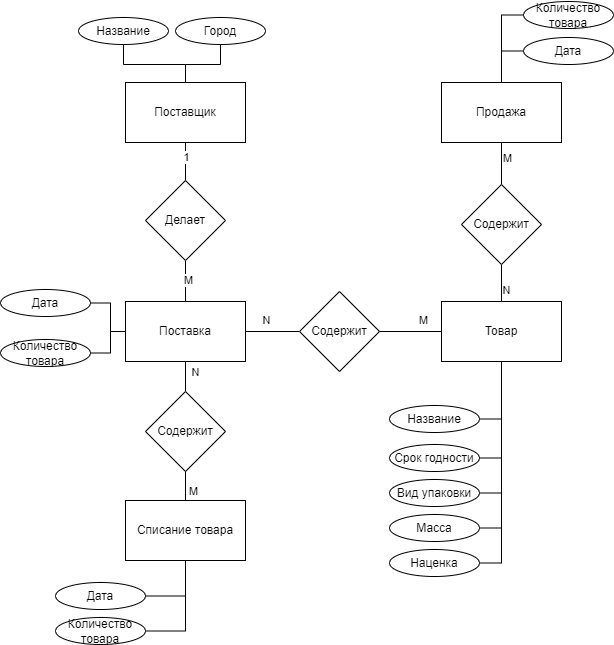
Above: КР_БД/erCHEN.drawio.png in kuskas112/Labs (draw.io), before the change. Source tidied: cells renumbered, new cells last; positions are measured from the earlier drawing's top-left corner, leaving out a move shared by most shapes.
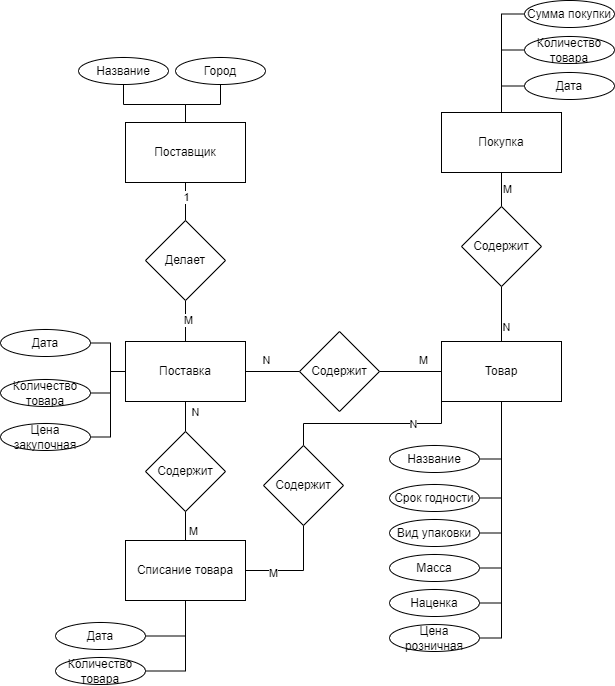
The same diagram one commit later.

Diff of the diagram source:
```diff
@@ -74,7 +74,7 @@
     <mxCell id="23" value="Содержит" style="rhombus;whiteSpace=wrap;html=1;rounded=0;" parent="1" vertex="1">
       <mxGeometry x="299" y="290" width="80" height="80" as="geometry" />
     </mxCell>
-    <mxCell id="24" style="edgeStyle=orthogonalEdgeStyle;curved=1;rounded=0;jettySize=auto;html=1;strokeColor=default;align=center;verticalAlign=middle;fontFamily=Helvetica;fontSize=11;fontColor=default;labelBackgroundColor=default;endArrow=none;endFill=0;" parent="1" edge="1" source="26" target="39">
+    <mxCell id="24" style="edgeStyle=orthogonalEdgeStyle;rounded=0;jettySize=auto;html=1;strokeColor=default;align=center;verticalAlign=middle;fontFamily=Helvetica;fontSize=11;fontColor=default;labelBackgroundColor=default;endArrow=none;endFill=0;exitX=0.5;exitY=0;exitDx=0;exitDy=0;" parent="1" edge="1" source="26" target="39">
       <mxGeometry relative="1" as="geometry" />
     </mxCell>
     <mxCell id="25" value="N" style="edgeLabel;html=1;align=center;verticalAlign=middle;fontFamily=Helvetica;fontSize=11;fontColor=default;labelBackgroundColor=default;" parent="24" vertex="1">
@@ -113,29 +113,32 @@
     <mxCell id="36" value="Наценка" style="ellipse;whiteSpace=wrap;html=1;" parent="1" vertex="1">
       <mxGeometry x="389" y="548" width="90" height="27" as="geometry" />
     </mxCell>
-    <mxCell id="37" style="edgeStyle=orthogonalEdgeStyle;curved=1;rounded=0;jettySize=auto;html=1;strokeColor=default;align=center;verticalAlign=middle;fontFamily=Helvetica;fontSize=11;fontColor=default;labelBackgroundColor=default;endArrow=none;endFill=0;" parent="1" edge="1" source="39" target="40">
+    <mxCell id="37" style="edgeStyle=orthogonalEdgeStyle;rounded=0;jettySize=auto;html=1;strokeColor=default;align=center;verticalAlign=middle;fontFamily=Helvetica;fontSize=11;fontColor=default;labelBackgroundColor=default;endArrow=none;endFill=0;" parent="1" edge="1" source="39" target="40">
       <mxGeometry relative="1" as="geometry" />
     </mxCell>
     <mxCell id="38" value="M" style="edgeLabel;html=1;align=center;verticalAlign=middle;fontFamily=Helvetica;fontSize=11;fontColor=default;labelBackgroundColor=default;" parent="37" vertex="1">
       <mxGeometry x="0.29" y="-5" relative="1" as="geometry" />
     </mxCell>
     <mxCell id="39" value="Cодержит" style="rhombus;whiteSpace=wrap;html=1;rounded=0;" parent="1" vertex="1">
-      <mxGeometry x="461" y="183" width="80" height="80" as="geometry" />
+      <mxGeometry x="461" y="165" width="80" height="80" as="geometry" />
     </mxCell>
+    <mxCell id="53" style="edgeStyle=orthogonalEdgeStyle;rounded=0;jettySize=auto;html=1;exitX=0.5;exitY=0;exitDx=0;exitDy=0;entryX=0;entryY=0.5;entryDx=0;entryDy=0;endArrow=none;endFill=0;" parent="1" edge="1" source="40" target="60">
+      <mxGeometry relative="1" as="geometry" />
+    </mxCell>
-    <mxCell id="40" value="Продажа" style="whiteSpace=wrap;html=1;rounded=0;" parent="1" vertex="1">
-      <mxGeometry x="441" y="81" width="120" height="60" as="geometry" />
+    <mxCell id="40" value="Покупка" style="whiteSpace=wrap;html=1;rounded=0;" parent="1" vertex="1">
+      <mxGeometry x="441" y="71" width="120" height="60" as="geometry" />
     </mxCell>
     <mxCell id="41" style="edgeStyle=orthogonalEdgeStyle;rounded=0;jettySize=auto;html=1;exitX=0;exitY=0.5;exitDx=0;exitDy=0;entryX=0.5;entryY=0;entryDx=0;entryDy=0;strokeColor=default;align=center;verticalAlign=middle;fontFamily=Helvetica;fontSize=11;fontColor=default;labelBackgroundColor=default;endArrow=none;endFill=0;" parent="1" edge="1" source="42" target="40">
       <mxGeometry relative="1" as="geometry" />
     </mxCell>
     <mxCell id="42" value="Дата" style="ellipse;whiteSpace=wrap;html=1;" parent="1" vertex="1">
-      <mxGeometry x="523" y="36" width="90" height="27" as="geometry" />
+      <mxGeometry x="524" y="31" width="90" height="27" as="geometry" />
     </mxCell>
     <mxCell id="43" style="edgeStyle=orthogonalEdgeStyle;rounded=0;jettySize=auto;html=1;exitX=0;exitY=0.5;exitDx=0;exitDy=0;strokeColor=default;align=center;verticalAlign=middle;fontFamily=Helvetica;fontSize=11;fontColor=default;labelBackgroundColor=default;endArrow=none;endFill=0;" parent="1" edge="1" source="44" target="40">
       <mxGeometry relative="1" as="geometry" />
     </mxCell>
     <mxCell id="44" value="Количество товара" style="ellipse;whiteSpace=wrap;html=1;" parent="1" vertex="1">
-      <mxGeometry x="523" width="90" height="27" as="geometry" />
+      <mxGeometry x="524" y="-5" width="90" height="27" as="geometry" />
     </mxCell>
     <mxCell id="45" style="edgeStyle=orthogonalEdgeStyle;rounded=0;jettySize=auto;html=1;strokeColor=default;align=center;verticalAlign=middle;fontFamily=Helvetica;fontSize=11;fontColor=default;labelBackgroundColor=default;endArrow=none;endFill=0;" parent="1" edge="1" source="47" target="48">
       <mxGeometry relative="1" as="geometry" />
@@ -148,6 +151,12 @@
     <mxCell id="47" value="Содержит" style="rhombus;whiteSpace=wrap;html=1;rounded=0;" parent="1" vertex="1">
       <mxGeometry x="145" y="390" width="80" height="80" as="geometry" />
     </mxCell>
+    <mxCell id="54" style="edgeStyle=orthogonalEdgeStyle;rounded=0;jettySize=auto;html=1;exitX=1;exitY=0.5;exitDx=0;exitDy=0;entryX=0.5;entryY=1;entryDx=0;entryDy=0;strokeColor=default;align=center;verticalAlign=middle;fontFamily=Helvetica;fontSize=11;fontColor=default;labelBackgroundColor=default;endArrow=none;endFill=0;" parent="1" edge="1" source="48" target="63">
+      <mxGeometry relative="1" as="geometry" />
+    </mxCell>
+    <mxCell id="55" value="M" style="edgeLabel;html=1;align=center;verticalAlign=middle;fontFamily=Helvetica;fontSize=11;fontColor=default;labelBackgroundColor=default;" parent="54" vertex="1">
+      <mxGeometry x="-0.48" y="-2" relative="1" as="geometry" />
+    </mxCell>
     <mxCell id="48" value="Списание товара" style="whiteSpace=wrap;html=1;rounded=0;" parent="1" vertex="1">
       <mxGeometry x="125" y="499" width="120" height="60" as="geometry" />
     </mxCell>
@@ -163,5 +172,34 @@
     <mxCell id="52" value="Количество товара" style="ellipse;whiteSpace=wrap;html=1;" parent="1" vertex="1">
       <mxGeometry x="55" y="616" width="90" height="27" as="geometry" />
     </mxCell>
+    <mxCell id="56" style="edgeStyle=orthogonalEdgeStyle;rounded=0;jettySize=auto;html=1;exitX=1;exitY=0.5;exitDx=0;exitDy=0;entryX=0;entryY=0.5;entryDx=0;entryDy=0;endArrow=none;endFill=0;" parent="1" edge="1" source="57" target="12">
+      <mxGeometry relative="1" as="geometry">
+        <Array as="points">
+          <mxPoint x="110" y="396" />
+          <mxPoint x="110" y="330" />
+        </Array>
+      </mxGeometry>
+    </mxCell>
+    <mxCell id="57" value="Цена закупочная" style="ellipse;whiteSpace=wrap;html=1;" parent="1" vertex="1">
+      <mxGeometry y="382" width="90" height="27" as="geometry" />
+    </mxCell>
+    <mxCell id="58" style="edgeStyle=orthogonalEdgeStyle;rounded=0;jettySize=auto;html=1;exitX=1;exitY=0.5;exitDx=0;exitDy=0;entryX=0.5;entryY=1;entryDx=0;entryDy=0;endArrow=none;endFill=0;" parent="1" edge="1" source="59" target="26">
+      <mxGeometry relative="1" as="geometry" />
+    </mxCell>
+    <mxCell id="59" value="Цена розничная" style="ellipse;whiteSpace=wrap;html=1;" parent="1" vertex="1">
+      <mxGeometry x="389" y="583" width="90" height="27" as="geometry" />
+    </mxCell>
+    <mxCell id="60" value="Сумма покупки" style="ellipse;whiteSpace=wrap;html=1;" parent="1" vertex="1">
+      <mxGeometry x="524" y="-41" width="90" height="27" as="geometry" />
+    </mxCell>
+    <mxCell id="61" style="edgeStyle=orthogonalEdgeStyle;rounded=0;jettySize=auto;html=1;exitX=0.5;exitY=0;exitDx=0;exitDy=0;entryX=0;entryY=1;entryDx=0;entryDy=0;strokeColor=default;align=center;verticalAlign=middle;fontFamily=Helvetica;fontSize=11;fontColor=default;labelBackgroundColor=default;endArrow=none;endFill=0;" parent="1" edge="1" source="63" target="26">
+      <mxGeometry relative="1" as="geometry" />
+    </mxCell>
+    <mxCell id="62" value="N" style="edgeLabel;html=1;align=center;verticalAlign=middle;fontFamily=Helvetica;fontSize=11;fontColor=default;labelBackgroundColor=default;" parent="61" vertex="1">
+      <mxGeometry x="0.44" relative="1" as="geometry" />
+    </mxCell>
+    <mxCell id="63" value="Содержит" style="rhombus;whiteSpace=wrap;html=1;rounded=0;" parent="1" vertex="1">
+      <mxGeometry x="263" y="404" width="80" height="80" as="geometry" />
+    </mxCell>
   </root>
 </mxGraphModel>
```
